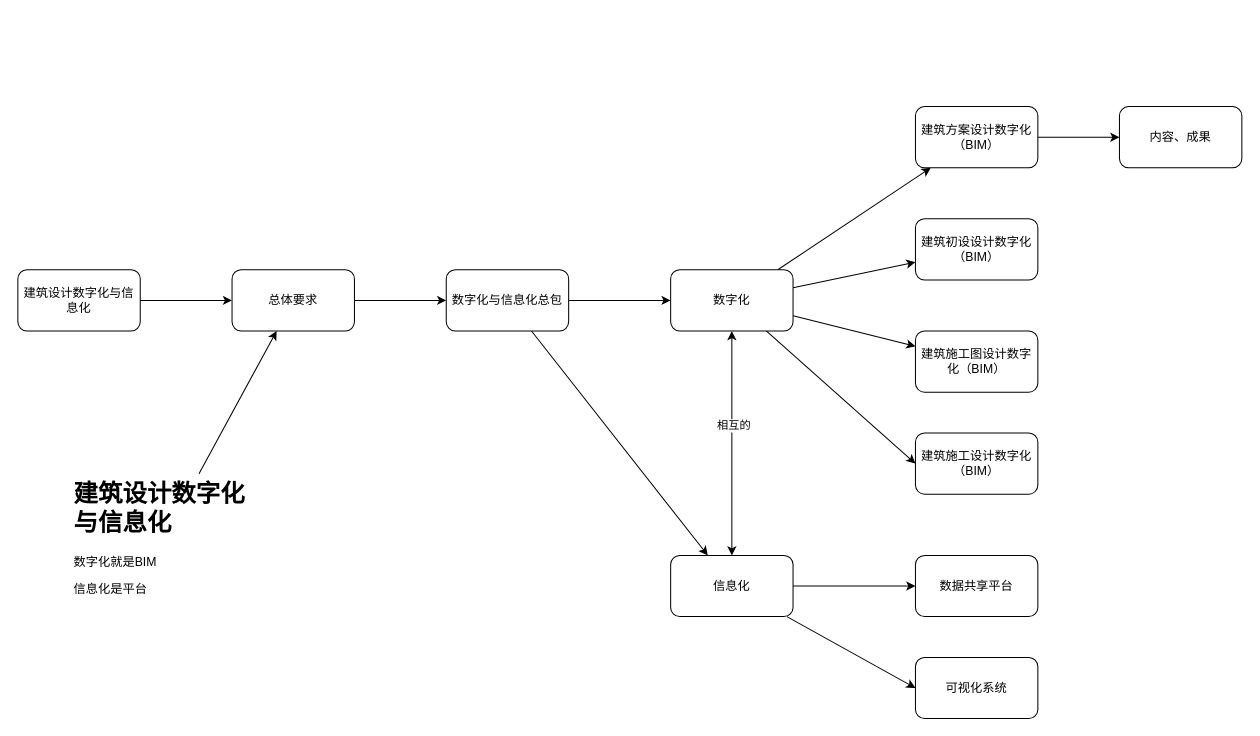
Earlier version of the draw.io diagram BIM咨询业务.drawio (gaochaowyq/MinderGraph). Source tidied: cells renumbered, new cells numbered last; positions are measured from the earlier drawing's top-left corner, leaving out a move shared by most shapes. Both pictures are drawn from the tidied source at 102%, with x=0, y=0 at pixel (17, 106).
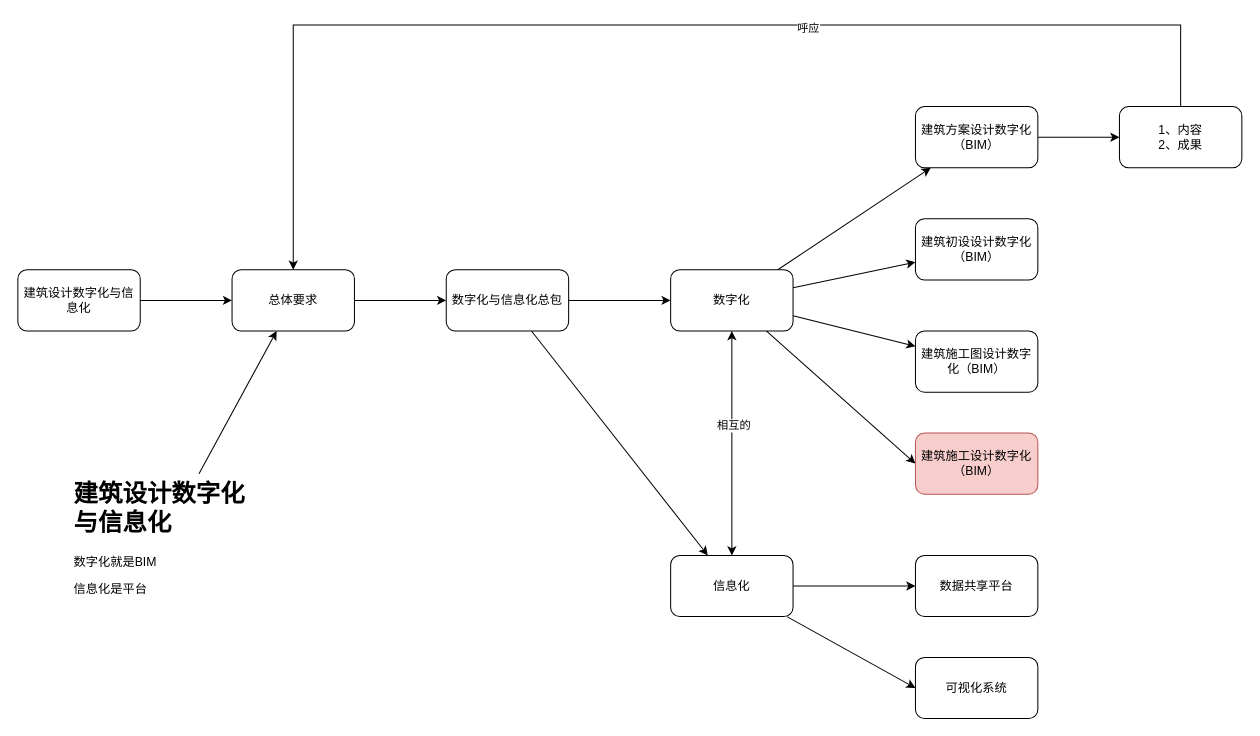
After the change.

Commit message (it also covers changes not shown here):
更新BIM咨询业务.drawio

The change refers to these unchanged cells:
```xml
<mxCell id="5" value="总体要求" style="rounded=1;whiteSpace=wrap;html=1;" parent="1" vertex="1">
  <mxGeometry x="210" y="160" width="120" height="60" as="geometry" />
</mxCell>
```

Change to the diagram source:
```diff
@@
-    <mxCell id="17" value="建筑施工设计数字化（BIM）" style="rounded=1;whiteSpace=wrap;html=1;" parent="1" vertex="1">
+    <mxCell id="17" value="建筑施工设计数字化（BIM）" style="rounded=1;whiteSpace=wrap;html=1;fillColor=#f8cecc;strokeColor=#b85450;" parent="1" vertex="1">
       <mxGeometry x="880" y="320" width="120" height="60" as="geometry" />
     </mxCell>
@@
+    <mxCell id="29" style="edgeStyle=orthogonalEdgeStyle;rounded=0;jettySize=auto;html=1;" parent="1" edge="1" source="28" target="5">
+      <mxGeometry relative="1" as="geometry">
+        <Array as="points">
+          <mxPoint x="1140" y="-80" />
+          <mxPoint x="270" y="-80" />
+        </Array>
+      </mxGeometry>
+    </mxCell>
+    <mxCell id="30" value="呼应" style="edgeLabel;html=1;align=center;verticalAlign=middle;" parent="29" vertex="1">
+      <mxGeometry x="-0.25" y="2" relative="1" as="geometry" />
+    </mxCell>
-    <mxCell id="28" value="内容、成果" style="rounded=1;whiteSpace=wrap;html=1;" parent="1" vertex="1">
+    <mxCell id="28" value="1、内容&lt;br&gt;2、成果" style="rounded=1;whiteSpace=wrap;html=1;" parent="1" vertex="1">
       <mxGeometry x="1080" width="120" height="60" as="geometry" />
     </mxCell>
```
